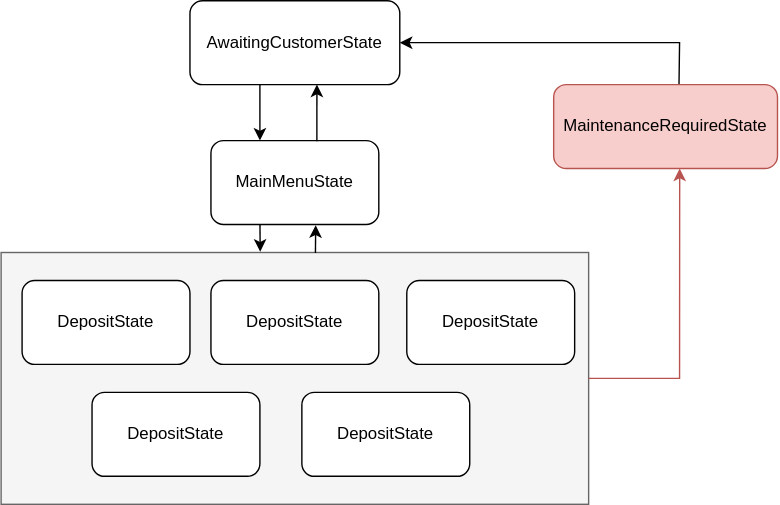
Before: res/ursine-states.svg, a diagram exported from draw.io (mgoshorn/project-ursine). Source tidied: cells renumbered, new cells last; positions are measured from the earlier drawing's top-left corner, leaving out a move shared by most shapes. Source of this version:
```xml
<mxGraphModel>
  <root>
    <mxCell id="0" />
    <mxCell id="1" parent="0" />
    <mxCell id="2" style="rounded=0;whiteSpace=wrap;html=1;fillColor=#f5f5f5;fontColor=#333333;strokeColor=#666666;align=left;" parent="1" vertex="1">
      <mxGeometry y="180" width="420" height="180" as="geometry" />
    </mxCell>
    <mxCell id="3" value="AwaitingCustomerState" style="rounded=1;whiteSpace=wrap;html=1;" parent="1" vertex="1">
      <mxGeometry x="135" width="150" height="60" as="geometry" />
    </mxCell>
    <mxCell id="4" value="MainMenuState" style="rounded=1;whiteSpace=wrap;html=1;" parent="1" vertex="1">
      <mxGeometry x="150" y="100" width="120" height="60" as="geometry" />
    </mxCell>
    <mxCell id="5" value="DepositState" style="rounded=1;whiteSpace=wrap;html=1;" parent="1" vertex="1">
      <mxGeometry x="15" y="200" width="120" height="60" as="geometry" />
    </mxCell>
    <mxCell id="6" value="DepositState" style="rounded=1;whiteSpace=wrap;html=1;" parent="1" vertex="1">
      <mxGeometry x="65" y="280" width="120" height="60" as="geometry" />
    </mxCell>
    <mxCell id="7" value="DepositState" style="rounded=1;whiteSpace=wrap;html=1;" parent="1" vertex="1">
      <mxGeometry x="150" y="200" width="120" height="60" as="geometry" />
    </mxCell>
    <mxCell id="8" value="DepositState" style="rounded=1;whiteSpace=wrap;html=1;" parent="1" vertex="1">
      <mxGeometry x="215" y="280" width="120" height="60" as="geometry" />
    </mxCell>
    <mxCell id="9" value="DepositState" style="rounded=1;whiteSpace=wrap;html=1;" parent="1" vertex="1">
      <mxGeometry x="290" y="200" width="120" height="60" as="geometry" />
    </mxCell>
    <mxCell id="10" style="endArrow=classic;html=1;rounded=0;exitX=0.631;exitY=0.007;exitDx=0;exitDy=0;entryX=0.605;entryY=0.998;entryDx=0;entryDy=0;entryPerimeter=0;exitPerimeter=0;" parent="1" edge="1" source="4" target="3">
      <mxGeometry relative="1" as="geometry" />
    </mxCell>
    <mxCell id="11" style="endArrow=classic;html=1;rounded=0;exitX=0.5;exitY=1;exitDx=0;exitDy=0;entryX=0.5;entryY=0;entryDx=0;entryDy=0;" parent="1" edge="1">
      <mxGeometry relative="1" as="geometry">
        <mxPoint x="185" y="60" as="sourcePoint" />
        <mxPoint x="185" y="100" as="targetPoint" />
      </mxGeometry>
    </mxCell>
    <mxCell id="12" style="endArrow=classic;html=1;rounded=0;exitX=0.292;exitY=1;exitDx=0;exitDy=0;exitPerimeter=0;entryX=0.441;entryY=-0.003;entryDx=0;entryDy=0;entryPerimeter=0;" parent="1" edge="1" source="4" target="2">
      <mxGeometry relative="1" as="geometry" />
    </mxCell>
    <mxCell id="13" style="endArrow=classic;html=1;rounded=0;exitX=0.535;exitY=0.002;exitDx=0;exitDy=0;exitPerimeter=0;entryX=0.624;entryY=1.008;entryDx=0;entryDy=0;entryPerimeter=0;" parent="1" edge="1" source="2" target="4">
      <mxGeometry relative="1" as="geometry" />
    </mxCell>
    <mxCell id="14" value="MaintenanceRequiredState" style="rounded=1;whiteSpace=wrap;html=1;fillColor=#f8cecc;strokeColor=#b85450;" parent="1" vertex="1">
      <mxGeometry x="395" y="60" width="160" height="60" as="geometry" />
    </mxCell>
    <mxCell id="15" style="endArrow=classic;html=1;rounded=0;exitX=1;exitY=0.5;exitDx=0;exitDy=0;entryX=0.563;entryY=1;entryDx=0;entryDy=0;entryPerimeter=0;fillColor=#f8cecc;strokeColor=#b85450;" parent="1" edge="1" source="2" target="14">
      <mxGeometry relative="1" as="geometry">
        <Array as="points">
          <mxPoint x="485" y="270" />
        </Array>
      </mxGeometry>
    </mxCell>
    <mxCell id="16" style="endArrow=classic;html=1;rounded=0;exitX=0.56;exitY=-0.008;exitDx=0;exitDy=0;exitPerimeter=0;entryX=1;entryY=0.5;entryDx=0;entryDy=0;" parent="1" edge="1" source="14" target="3">
      <mxGeometry relative="1" as="geometry">
        <Array as="points">
          <mxPoint x="485" y="30" />
        </Array>
      </mxGeometry>
    </mxCell>
  </root>
</mxGraphModel>
```
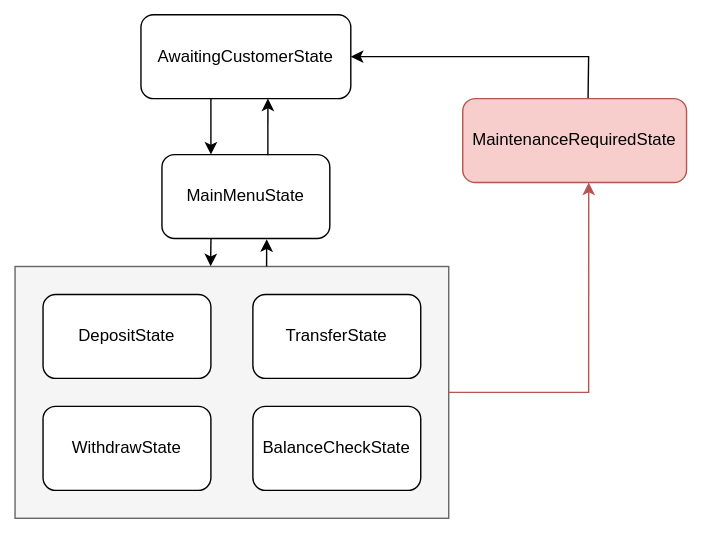
The same diagram one commit later.

Commit message:
chore(docs): correct reference image

The edit, as a diff of the source:
```diff
@@ -3,7 +3,7 @@
     <mxCell id="0" />
     <mxCell id="1" parent="0" />
     <mxCell id="2" style="rounded=0;whiteSpace=wrap;html=1;fillColor=#f5f5f5;fontColor=#333333;strokeColor=#666666;align=left;" parent="1" vertex="1">
-      <mxGeometry y="180" width="420" height="180" as="geometry" />
+      <mxGeometry x="45" y="180" width="310" height="180" as="geometry" />
     </mxCell>
     <mxCell id="3" value="AwaitingCustomerState" style="rounded=1;whiteSpace=wrap;html=1;" parent="1" vertex="1">
       <mxGeometry x="135" width="150" height="60" as="geometry" />
@@ -12,20 +12,17 @@
       <mxGeometry x="150" y="100" width="120" height="60" as="geometry" />
     </mxCell>
     <mxCell id="5" value="DepositState" style="rounded=1;whiteSpace=wrap;html=1;" parent="1" vertex="1">
-      <mxGeometry x="15" y="200" width="120" height="60" as="geometry" />
+      <mxGeometry x="65" y="200" width="120" height="60" as="geometry" />
     </mxCell>
-    <mxCell id="6" value="DepositState" style="rounded=1;whiteSpace=wrap;html=1;" parent="1" vertex="1">
+    <mxCell id="6" value="WithdrawState" style="rounded=1;whiteSpace=wrap;html=1;" parent="1" vertex="1">
       <mxGeometry x="65" y="280" width="120" height="60" as="geometry" />
     </mxCell>
-    <mxCell id="7" value="DepositState" style="rounded=1;whiteSpace=wrap;html=1;" parent="1" vertex="1">
-      <mxGeometry x="150" y="200" width="120" height="60" as="geometry" />
+    <mxCell id="7" value="TransferState" style="rounded=1;whiteSpace=wrap;html=1;" parent="1" vertex="1">
+      <mxGeometry x="215" y="200" width="120" height="60" as="geometry" />
     </mxCell>
-    <mxCell id="8" value="DepositState" style="rounded=1;whiteSpace=wrap;html=1;" parent="1" vertex="1">
+    <mxCell id="8" value="BalanceCheckState" style="rounded=1;whiteSpace=wrap;html=1;" parent="1" vertex="1">
       <mxGeometry x="215" y="280" width="120" height="60" as="geometry" />
     </mxCell>
-    <mxCell id="9" value="DepositState" style="rounded=1;whiteSpace=wrap;html=1;" parent="1" vertex="1">
-      <mxGeometry x="290" y="200" width="120" height="60" as="geometry" />
-    </mxCell>
     <mxCell id="10" style="endArrow=classic;html=1;rounded=0;exitX=0.631;exitY=0.007;exitDx=0;exitDy=0;entryX=0.605;entryY=0.998;entryDx=0;entryDy=0;entryPerimeter=0;exitPerimeter=0;" parent="1" edge="1" source="4" target="3">
       <mxGeometry relative="1" as="geometry" />
     </mxCell>
@@ -35,26 +32,26 @@
         <mxPoint x="185" y="100" as="targetPoint" />
       </mxGeometry>
     </mxCell>
-    <mxCell id="12" style="endArrow=classic;html=1;rounded=0;exitX=0.292;exitY=1;exitDx=0;exitDy=0;exitPerimeter=0;entryX=0.441;entryY=-0.003;entryDx=0;entryDy=0;entryPerimeter=0;" parent="1" edge="1" source="4" target="2">
+    <mxCell id="12" style="endArrow=classic;html=1;rounded=0;exitX=0.292;exitY=1;exitDx=0;exitDy=0;exitPerimeter=0;entryX=0.451;entryY=-0.001;entryDx=0;entryDy=0;entryPerimeter=0;" parent="1" edge="1" source="4" target="2">
       <mxGeometry relative="1" as="geometry" />
     </mxCell>
-    <mxCell id="13" style="endArrow=classic;html=1;rounded=0;exitX=0.535;exitY=0.002;exitDx=0;exitDy=0;exitPerimeter=0;entryX=0.624;entryY=1.008;entryDx=0;entryDy=0;entryPerimeter=0;" parent="1" edge="1" source="2" target="4">
+    <mxCell id="13" style="endArrow=classic;html=1;rounded=0;exitX=0.58;exitY=0;exitDx=0;exitDy=0;exitPerimeter=0;entryX=0.624;entryY=1.008;entryDx=0;entryDy=0;entryPerimeter=0;" parent="1" edge="1" source="2" target="4">
       <mxGeometry relative="1" as="geometry" />
     </mxCell>
     <mxCell id="14" value="MaintenanceRequiredState" style="rounded=1;whiteSpace=wrap;html=1;fillColor=#f8cecc;strokeColor=#b85450;" parent="1" vertex="1">
-      <mxGeometry x="395" y="60" width="160" height="60" as="geometry" />
+      <mxGeometry x="365" y="60" width="160" height="60" as="geometry" />
     </mxCell>
     <mxCell id="15" style="endArrow=classic;html=1;rounded=0;exitX=1;exitY=0.5;exitDx=0;exitDy=0;entryX=0.563;entryY=1;entryDx=0;entryDy=0;entryPerimeter=0;fillColor=#f8cecc;strokeColor=#b85450;" parent="1" edge="1" source="2" target="14">
       <mxGeometry relative="1" as="geometry">
         <Array as="points">
-          <mxPoint x="485" y="270" />
+          <mxPoint x="455" y="270" />
         </Array>
       </mxGeometry>
     </mxCell>
     <mxCell id="16" style="endArrow=classic;html=1;rounded=0;exitX=0.56;exitY=-0.008;exitDx=0;exitDy=0;exitPerimeter=0;entryX=1;entryY=0.5;entryDx=0;entryDy=0;" parent="1" edge="1" source="14" target="3">
       <mxGeometry relative="1" as="geometry">
         <Array as="points">
-          <mxPoint x="485" y="30" />
+          <mxPoint x="455" y="30" />
         </Array>
       </mxGeometry>
     </mxCell>
```
